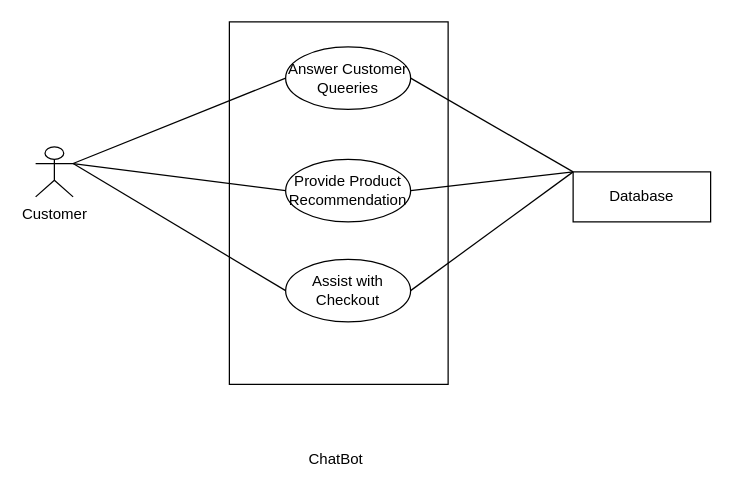
Earlier version of the draw.io diagram Software-Requirement-Specification/Use-Case-Diagrams/Level-1.6.drawio (fiercePanda007/SPL2-EcommerceWebApp). Source tidied: cells renumbered, new cells numbered last; positions are measured from the earlier drawing's top-left corner, leaving out a move shared by most shapes. Both pictures are drawn from the tidied source at 125%, with x=0, y=0 at pixel (35, 21).
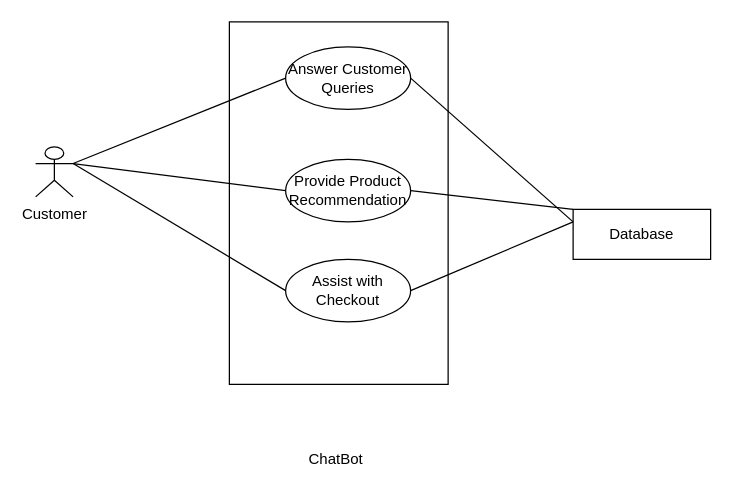
After the change.

Diff of the diagram source:
```diff
@@
 <mxGraphModel>
   <root>
     <mxCell id="0" />
     <mxCell id="1" parent="0" />
     <mxCell id="2" style="rounded=0;whiteSpace=wrap;html=1;" parent="1" vertex="1">
       <mxGeometry x="155" width="175" height="290" as="geometry" />
     </mxCell>
-    <mxCell id="3" style="edgeStyle=none;html=1;exitX=1;exitY=0.5;exitDx=0;exitDy=0;endArrow=none;endFill=0;" parent="1" edge="1" source="4">
-      <mxGeometry relative="1" as="geometry">
-        <mxPoint x="430" y="120" as="targetPoint" />
-      </mxGeometry>
+    <mxCell id="3" style="edgeStyle=none;html=1;exitX=1;exitY=0.5;exitDx=0;exitDy=0;endArrow=none;endFill=0;entryX=0;entryY=0.25;entryDx=0;entryDy=0;" parent="1" edge="1" source="4" target="13">
+      <mxGeometry relative="1" as="geometry" />
     </mxCell>
-    <mxCell id="4" value="Answer Customer Queeries" style="ellipse;whiteSpace=wrap;html=1;" parent="1" vertex="1">
+    <mxCell id="4" value="Answer Customer Queries" style="ellipse;whiteSpace=wrap;html=1;" parent="1" vertex="1">
       <mxGeometry x="200" y="20" width="100" height="50" as="geometry" />
     </mxCell>
     <mxCell id="5" style="edgeStyle=none;html=1;exitX=1;exitY=0.5;exitDx=0;exitDy=0;entryX=0;entryY=0;entryDx=0;entryDy=0;endArrow=none;endFill=0;" parent="1" edge="1" source="6" target="13">
       <mxGeometry relative="1" as="geometry" />
     </mxCell>
     <mxCell id="6" value="Provide Product Recommendation" style="ellipse;whiteSpace=wrap;html=1;" parent="1" vertex="1">
       <mxGeometry x="200" y="110" width="100" height="50" as="geometry" />
     </mxCell>
-    <mxCell id="7" style="edgeStyle=none;html=1;exitX=1;exitY=0.5;exitDx=0;exitDy=0;endArrow=none;endFill=0;" parent="1" edge="1" source="8">
-      <mxGeometry relative="1" as="geometry">
-        <mxPoint x="430" y="120" as="targetPoint" />
-      </mxGeometry>
+    <mxCell id="7" style="edgeStyle=none;html=1;exitX=1;exitY=0.5;exitDx=0;exitDy=0;endArrow=none;endFill=0;entryX=0;entryY=0.25;entryDx=0;entryDy=0;" parent="1" edge="1" source="8" target="13">
+      <mxGeometry relative="1" as="geometry" />
     </mxCell>
     <mxCell id="8" value="Assist with Checkout" style="ellipse;whiteSpace=wrap;html=1;" parent="1" vertex="1">
       <mxGeometry x="200" y="190" width="100" height="50" as="geometry" />
     </mxCell>
     <mxCell id="9" style="edgeStyle=none;html=1;exitX=1;exitY=0.3333333333333333;exitDx=0;exitDy=0;exitPerimeter=0;entryX=0;entryY=0.5;entryDx=0;entryDy=0;endArrow=none;endFill=0;" parent="1" edge="1" source="12" target="4">
       <mxGeometry relative="1" as="geometry" />
     </mxCell>
     <mxCell id="10" style="edgeStyle=none;html=1;exitX=1;exitY=0.3333333333333333;exitDx=0;exitDy=0;exitPerimeter=0;entryX=0;entryY=0.5;entryDx=0;entryDy=0;endArrow=none;endFill=0;" parent="1" edge="1" source="12" target="6">
       <mxGeometry relative="1" as="geometry" />
     </mxCell>
     <mxCell id="11" style="edgeStyle=none;html=1;exitX=1;exitY=0.3333333333333333;exitDx=0;exitDy=0;exitPerimeter=0;entryX=0;entryY=0.5;entryDx=0;entryDy=0;endArrow=none;endFill=0;" parent="1" edge="1" source="12" target="8">
       <mxGeometry relative="1" as="geometry" />
     </mxCell>
     <mxCell id="12" value="Customer" style="shape=umlActor;verticalLabelPosition=bottom;verticalAlign=top;html=1;outlineConnect=0;" parent="1" vertex="1">
       <mxGeometry y="100" width="30" height="40" as="geometry" />
     </mxCell>
     <mxCell id="13" value="Database" style="rounded=0;whiteSpace=wrap;html=1;" parent="1" vertex="1">
-      <mxGeometry x="430" y="120" width="110" height="40" as="geometry" />
+      <mxGeometry x="430" y="150" width="110" height="40" as="geometry" />
     </mxCell>
     <mxCell id="14" value="ChatBot" style="text;html=1;align=center;verticalAlign=middle;strokeColor=none;fillColor=none;" parent="1" vertex="1">
       <mxGeometry x="205" y="335" width="70" height="30" as="geometry" />
     </mxCell>
   </root>
 </mxGraphModel>
```
